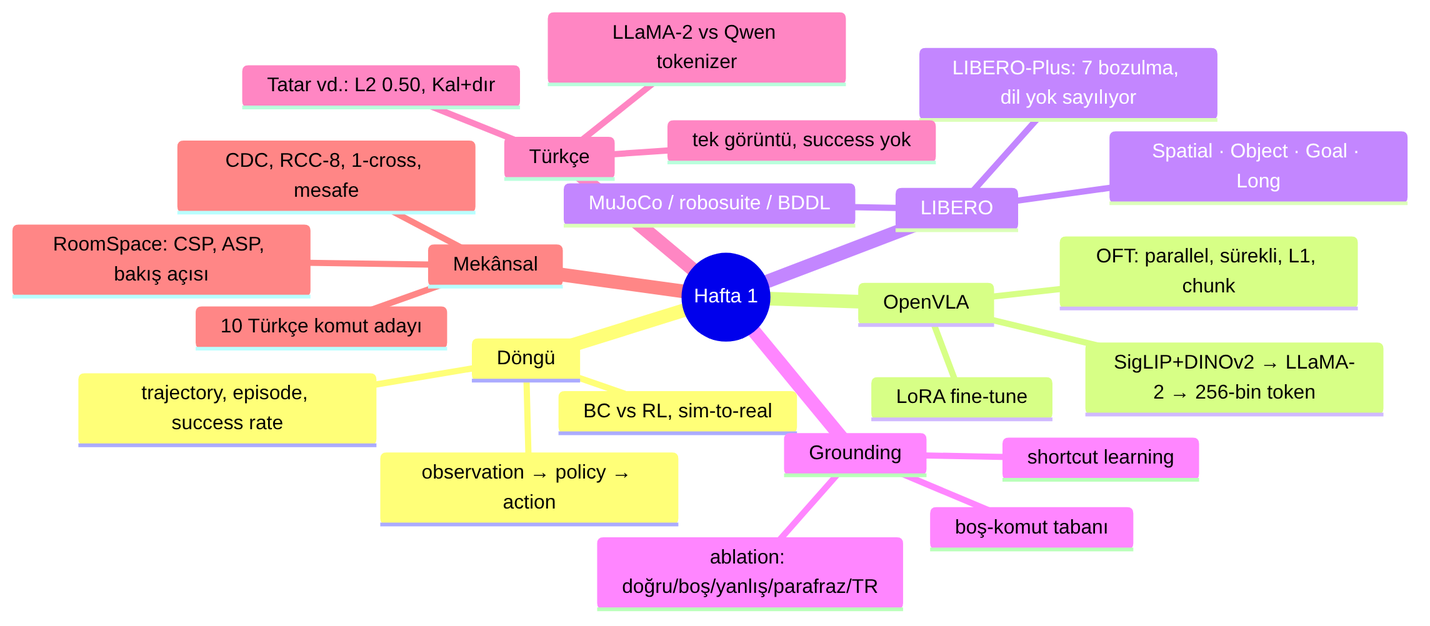
Earlier version of the Mermaid export lectures/images/lecture-08/04-week1-map.png (mesutd0nmez/vla-robot-learning-tr). Its source is kept beside it as lectures/images/lecture-08/04-week1-map.mmd. The source it was exported from:
```mermaid
mindmap
  root((Hafta 1))
    Döngü
      observation → policy → action
      trajectory, episode, success rate
      BC vs RL, sim-to-real
    OpenVLA
      SigLIP+DINOv2 → LLaMA-2 → 256-bin token
      LoRA fine-tune
      OFT: parallel, sürekli, L1, chunk
    LIBERO
      MuJoCo / robosuite / BDDL
      Spatial · Object · Goal · Long
      LIBERO-Plus: 7 bozulma, dil yok sayılıyor
    Grounding
      shortcut learning
      ablation: doğru/boş/yanlış/parafraz/TR
      boş-komut tabanı
    Türkçe
      Tatar vd.: L2 0.50, Kal+dır
      tek görüntü, success yok
      LLaMA-2 vs Qwen tokenizer
    Mekânsal
      CDC, RCC-8, 1-cross, mesafe
      RoomSpace: CSP, ASP, bakış açısı
      10 Türkçe komut adayı
```
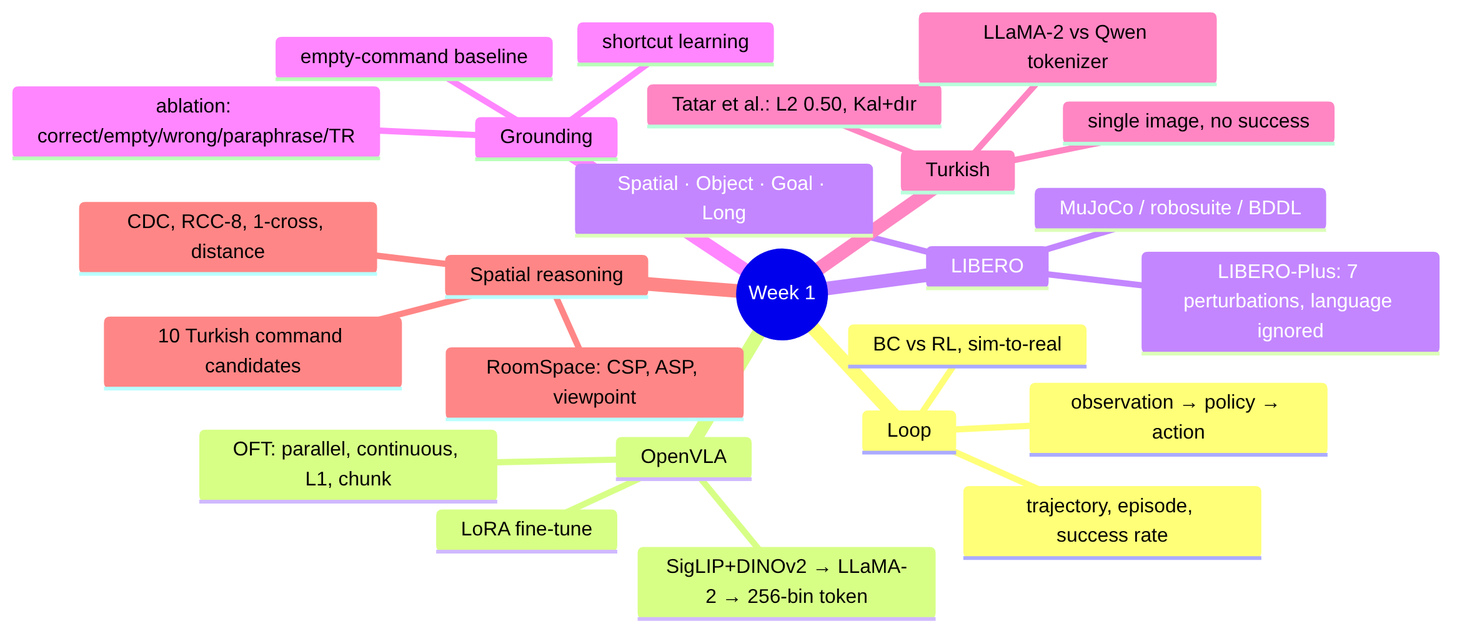
After the commit.

What changed in the source:
```diff
@@ -1,26 +1,26 @@
 mindmap
-  root((Hafta 1))
-    Döngü
+  root((Week 1))
+    Loop
       observation → policy → action
       trajectory, episode, success rate
       BC vs RL, sim-to-real
     OpenVLA
       SigLIP+DINOv2 → LLaMA-2 → 256-bin token
       LoRA fine-tune
-      OFT: parallel, sürekli, L1, chunk
+      OFT: parallel, continuous, L1, chunk
     LIBERO
       MuJoCo / robosuite / BDDL
       Spatial · Object · Goal · Long
-      LIBERO-Plus: 7 bozulma, dil yok sayılıyor
+      LIBERO-Plus: 7 perturbations, language ignored
     Grounding
       shortcut learning
-      ablation: doğru/boş/yanlış/parafraz/TR
-      boş-komut tabanı
-    Türkçe
-      Tatar vd.: L2 0.50, Kal+dır
-      tek görüntü, success yok
+      ablation: correct/empty/wrong/paraphrase/TR
+      empty-command baseline
+    Turkish
+      Tatar et al.: L2 0.50, Kal+dır
+      single image, no success
       LLaMA-2 vs Qwen tokenizer
-    Mekânsal
-      CDC, RCC-8, 1-cross, mesafe
-      RoomSpace: CSP, ASP, bakış açısı
-      10 Türkçe komut adayı
+    Spatial reasoning
+      CDC, RCC-8, 1-cross, distance
+      RoomSpace: CSP, ASP, viewpoint
+      10 Turkish command candidates
```
